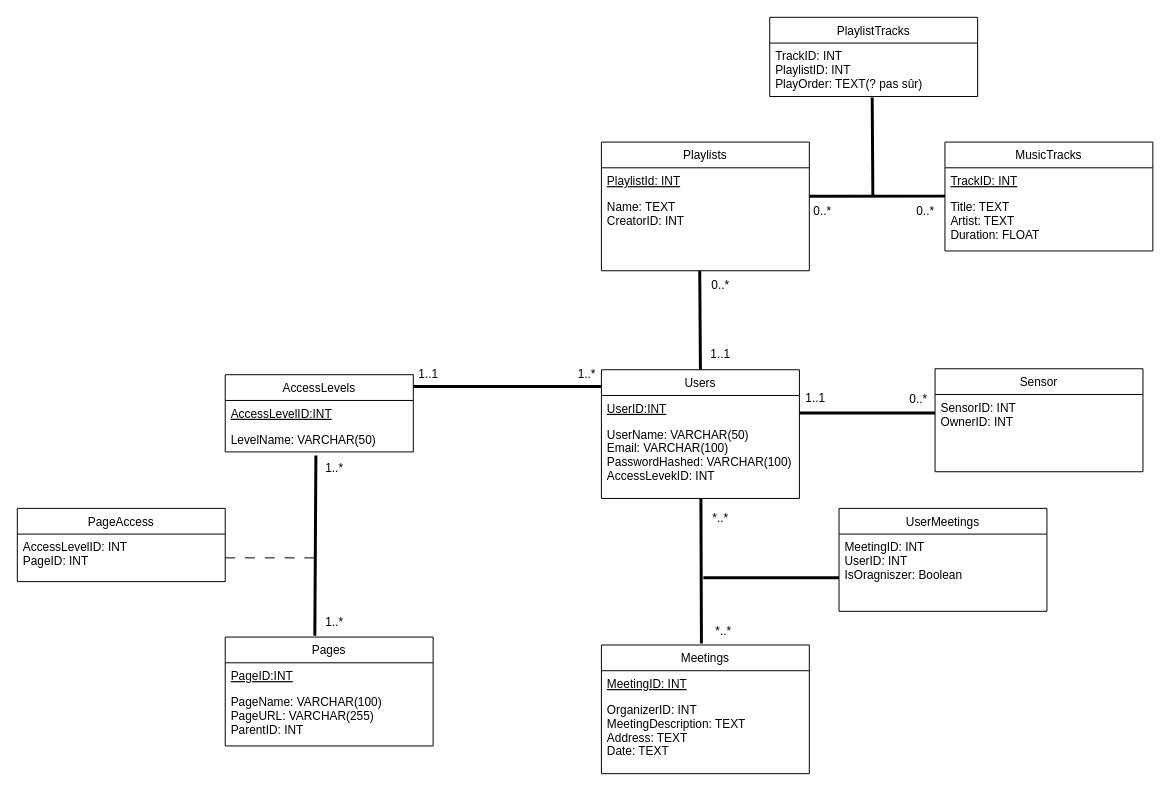
Above: mywebapp/doc/BDD/Base de donées.drawio in cyang2001/APP-Informatique (draw.io), before the change. Source tidied: cells renumbered, new cells numbered last; positions are measured from the earlier drawing's top-left corner, leaving out a move shared by most shapes. Both pictures are drawn from the tidied source at 99%, with x=0, y=0 at pixel (17, 17).
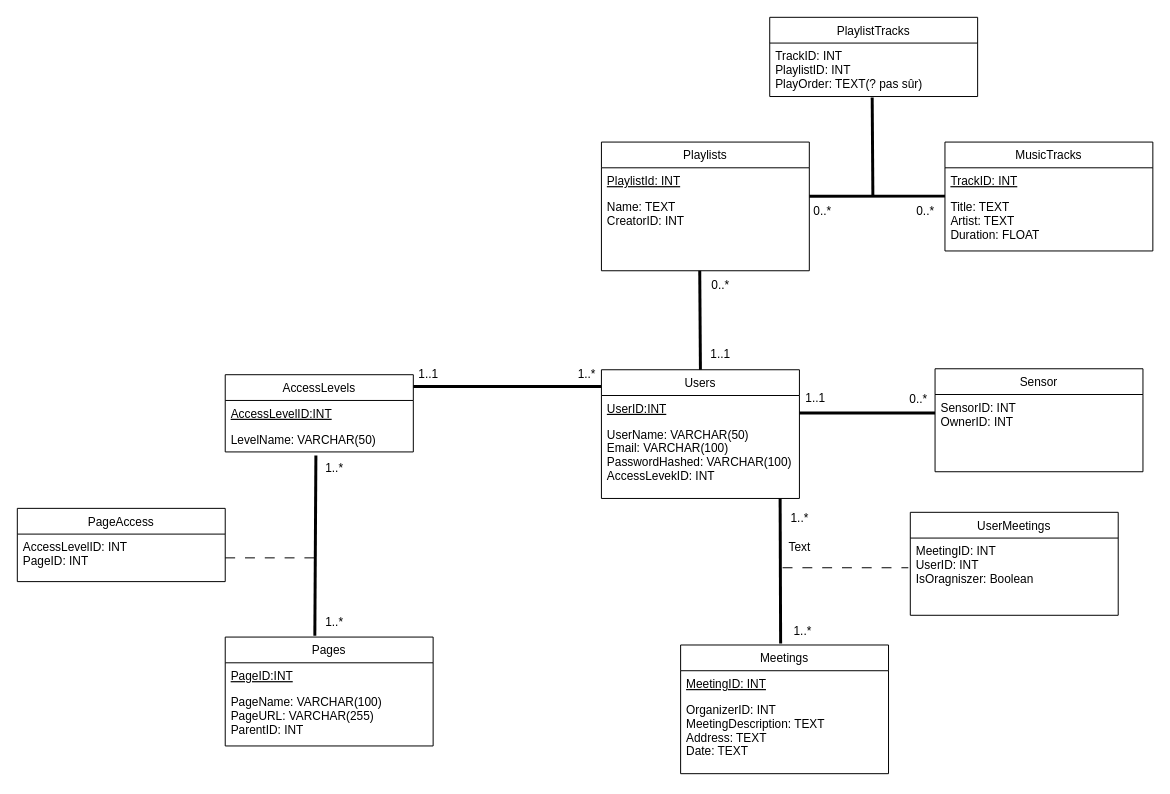
The same page after the edit.

Diff of the diagram source:
```diff
@@
     <mxCell id="20" value="Meetings" style="swimlane;fontStyle=0;horizontal=1;startSize=26;fillColor=none;" parent="1" vertex="1">
-      <mxGeometry x="590" y="634" width="210" height="130" as="geometry" />
+      <mxGeometry x="670" y="634" width="210" height="130" as="geometry" />
     </mxCell>
@@
     <mxCell id="23" style="endArrow=none;startArrow=none;endFill=0;startFill=0;endSize=8;html=1;verticalAlign=bottom;labelBackgroundColor=none;strokeWidth=3;exitX=0.482;exitY=1.142;exitDx=0;exitDy=0;exitPerimeter=0;entryX=0.481;entryY=-0.012;entryDx=0;entryDy=0;entryPerimeter=0;" parent="1" edge="1" target="20">
       <mxGeometry relative="1" as="geometry">
-        <mxPoint x="690.5" y="486" as="sourcePoint" />
+        <mxPoint x="770.5" y="486" as="sourcePoint" />
       </mxGeometry>
     </mxCell>
-    <mxCell id="24" value="*..*" style="text;html=1;align=center;verticalAlign=middle;strokeColor=none;fillColor=none;" parent="1" vertex="1">
-      <mxGeometry x="690" y="491" width="40" height="30" as="geometry" />
+    <mxCell id="24" value="1..*" style="text;html=1;align=center;verticalAlign=middle;strokeColor=none;fillColor=none;" parent="1" vertex="1">
+      <mxGeometry x="770" y="491" width="40" height="30" as="geometry" />
     </mxCell>
-    <mxCell id="25" value="*..*" style="text;html=1;align=center;verticalAlign=middle;strokeColor=none;fillColor=none;" parent="1" vertex="1">
-      <mxGeometry x="693" y="605" width="40" height="30" as="geometry" />
+    <mxCell id="25" value="1..*" style="text;html=1;align=center;verticalAlign=middle;strokeColor=none;fillColor=none;" parent="1" vertex="1">
+      <mxGeometry x="773" y="605" width="40" height="30" as="geometry" />
     </mxCell>
-    <mxCell id="26" style="endArrow=none;startArrow=none;endFill=0;startFill=0;endSize=8;html=1;verticalAlign=bottom;labelBackgroundColor=none;strokeWidth=3;" parent="1" edge="1">
-      <mxGeometry relative="1" as="geometry">
-        <mxPoint x="693" y="566.1" as="sourcePoint" />
-        <mxPoint x="830" y="566" as="targetPoint" />
-      </mxGeometry>
-    </mxCell>
     <mxCell id="27" value="UserMeetings" style="swimlane;fontStyle=0;horizontal=1;startSize=26;fillColor=none;" parent="1" vertex="1">
-      <mxGeometry x="830" y="496" width="210" height="104" as="geometry" />
+      <mxGeometry x="902" y="500" width="210" height="104" as="geometry" />
     </mxCell>
@@
+    <mxCell id="49" style="endArrow=none;startArrow=none;endFill=0;startFill=0;endSize=8;html=1;verticalAlign=bottom;dashed=1;labelBackgroundColor=none;dashPattern=10 10;exitX=1;exitY=0.5;exitDx=0;exitDy=0;" parent="1" edge="1">
+      <mxGeometry relative="1" as="geometry">
+        <mxPoint x="773" y="556" as="sourcePoint" />
+        <mxPoint x="900" y="556" as="targetPoint" />
+      </mxGeometry>
+    </mxCell>
+    <mxCell id="50" value="Text" style="text;html=1;align=center;verticalAlign=middle;strokeColor=none;fillColor=none;" parent="1" vertex="1">
+      <mxGeometry x="765" y="521" width="50" height="30" as="geometry" />
+    </mxCell>
```
